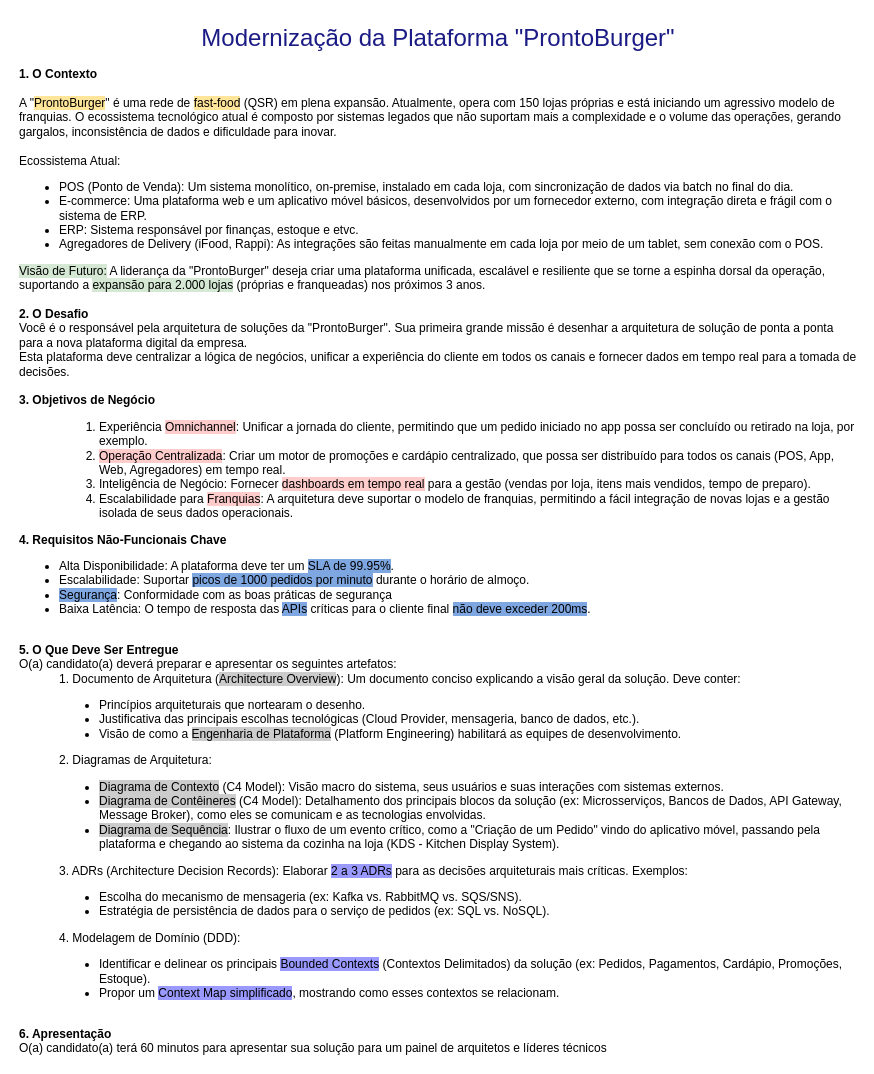
Above: page "PB - Requisitos" (1 of 9) of Final-ProntoBurger.drawio.xml in Rogpe-Prog/PBurger-Case (draw.io), before the change. Source tidied: cells renumbered, new cells numbered last; positions are measured from the earlier drawing's top-left corner, leaving out a move shared by most shapes. Both pictures are drawn from the tidied source at 100%, with x=0, y=0 at pixel (17, 17).
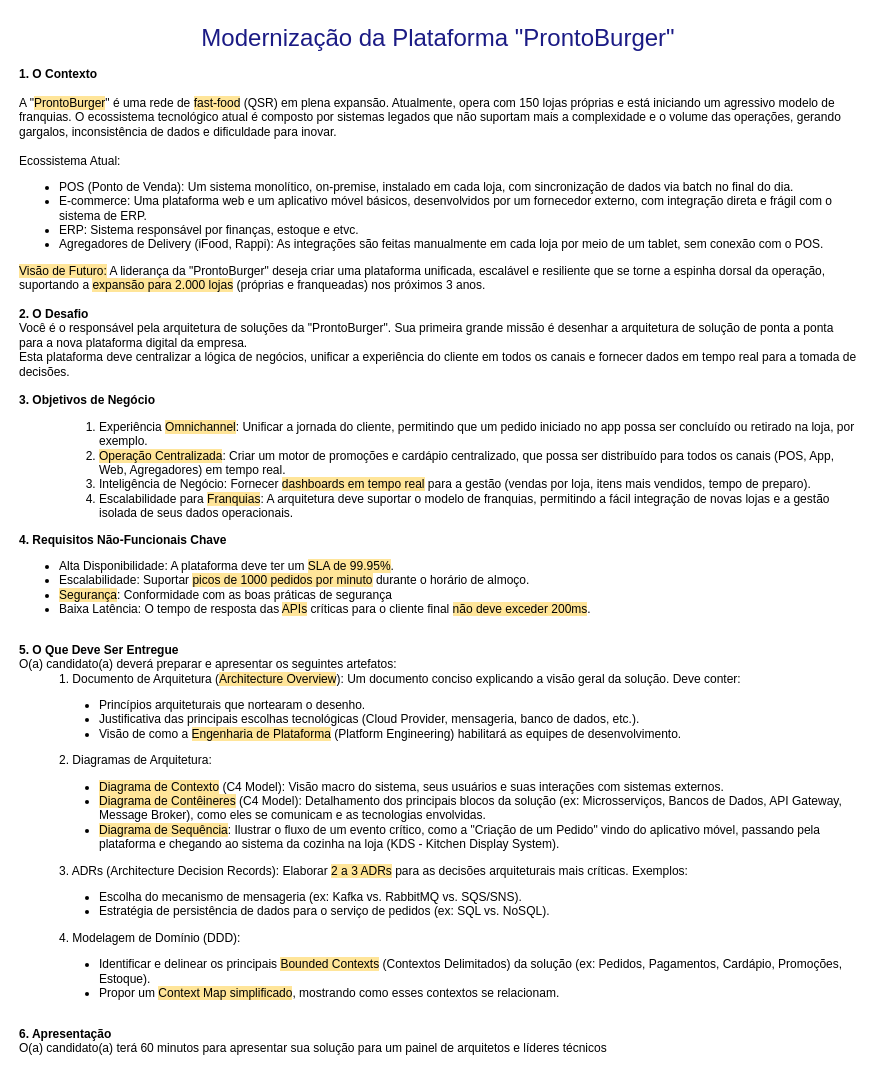
Above is the later version.

The edit, as a diff of the source:
```diff
@@
 <mxGraphModel>
   <root>
     <mxCell id="0" />
     <mxCell id="1" parent="0" />
-    <mxCell id="2" value="&lt;div style=&quot;text-align: center;&quot;&gt;&lt;font color=&quot;#1b1b85&quot; style=&quot;font-size: 24px;&quot;&gt;Modernização da Plataforma &quot;ProntoBurger&quot;&lt;/font&gt;&lt;/div&gt;&lt;div&gt;&lt;br&gt;&lt;/div&gt;&lt;div&gt;&lt;b&gt;1. O Contexto&lt;/b&gt;&lt;/div&gt;&lt;div&gt;&lt;br&gt;&lt;/div&gt;&lt;div&gt;A &quot;&lt;span style=&quot;background-color: rgb(255, 229, 153);&quot;&gt;ProntoBurger&lt;/span&gt;&quot; é uma rede de &lt;span style=&quot;background-color: rgb(255, 229, 153);&quot;&gt;fast-food&lt;/span&gt; (QSR) em plena expansão. Atualmente, opera com 150 lojas próprias e está iniciando um agressivo modelo de franquias. O ecossistema tecnológico atual é composto por sistemas legados que não suportam mais a complexidade e o volume das operações, gerando gargalos, inconsistência de dados e dificuldade para inovar.&lt;/div&gt;&lt;div&gt;&lt;br&gt;&lt;/div&gt;&lt;div&gt;Ecossistema Atual:&lt;/div&gt;&lt;div&gt;&lt;ul&gt;&lt;li&gt;POS (Ponto de Venda): Um sistema monolítico, on-premise, instalado em cada loja, com sincronização de dados via batch no final do dia.&lt;/li&gt;&lt;li&gt;E-commerce: Uma plataforma web e um aplicativo móvel básicos, desenvolvidos por um fornecedor externo, com integração direta e frágil com o sistema de ERP.&lt;/li&gt;&lt;li&gt;ERP: Sistema responsável por finanças, estoque e etvc.&lt;/li&gt;&lt;li&gt;Agregadores de Delivery (iFood, Rappi): As integrações são feitas manualmente em cada loja por meio de um tablet, sem conexão com o POS.&lt;/li&gt;&lt;/ul&gt;&lt;/div&gt;&lt;div&gt;&lt;span style=&quot;background-color: rgb(213, 232, 212);&quot;&gt;Visão de Futuro:&lt;/span&gt; A liderança da &quot;ProntoBurger&quot; deseja criar uma plataforma unificada, escalável e resiliente que se torne a espinha dorsal da operação, suportando a &lt;span style=&quot;background-color: rgb(213, 232, 212);&quot;&gt;expansão para 2.000 lojas&lt;/span&gt; (próprias e franqueadas) nos próximos 3 anos.&lt;/div&gt;&lt;div&gt;&lt;br&gt;&lt;/div&gt;&lt;div&gt;&lt;b&gt;2. O Desafio&lt;/b&gt;&lt;/div&gt;&lt;div&gt;Você é o responsável pela arquitetura de soluções da &quot;ProntoBurger&quot;. Sua primeira grande missão é desenhar a arquitetura de solução de ponta a ponta para a nova plataforma digital da empresa.&lt;/div&gt;&lt;div&gt;Esta plataforma deve centralizar a lógica de negócios, unificar a experiência do cliente em todos os canais e fornecer dados em tempo real para a tomada de decisões.&lt;/div&gt;&lt;div&gt;&lt;br&gt;&lt;/div&gt;&lt;div&gt;&lt;b&gt;3. Objetivos de Negócio&lt;/b&gt;&lt;/div&gt;&lt;blockquote style=&quot;margin: 0 0 0 40px; border: none; padding: 0px;&quot;&gt;&lt;div&gt;&lt;ol&gt;&lt;li&gt;Experiência &lt;span style=&quot;background-color: rgb(255, 204, 204);&quot;&gt;Omnichannel&lt;/span&gt;: Unificar a jornada do cliente, permitindo que um pedido iniciado no app possa ser concluído ou retirado na loja, por exemplo.&lt;/li&gt;&lt;li&gt;&lt;span style=&quot;background-color: rgb(255, 204, 204);&quot;&gt;Operação Centralizada&lt;/span&gt;: Criar um motor de promoções e cardápio centralizado, que possa ser distribuído para todos os canais (POS, App, Web, Agregadores) em tempo real.&lt;/li&gt;&lt;li&gt;Inteligência de Negócio: Fornecer &lt;span style=&quot;background-color: rgb(255, 204, 204);&quot;&gt;dashboards em tempo real&lt;/span&gt; para a gestão (vendas por loja, itens mais vendidos, tempo de preparo).&lt;/li&gt;&lt;li&gt;Escalabilidade para &lt;span style=&quot;background-color: rgb(255, 204, 204);&quot;&gt;Franquias&lt;/span&gt;: A arquitetura deve suportar o modelo de franquias, permitindo a fácil integração de novas lojas e a gestão isolada de seus dados operacionais.&lt;br&gt;&lt;/li&gt;&lt;/ol&gt;&lt;/div&gt;&lt;/blockquote&gt;&lt;div&gt;&lt;b&gt;4. Requisitos Não-Funcionais Chave&lt;/b&gt;&lt;/div&gt;&lt;div&gt;&lt;ul&gt;&lt;li&gt;Alta Disponibilidade: A plataforma deve ter um &lt;span style=&quot;background-color: rgb(126, 166, 224);&quot;&gt;SLA de 99.95%&lt;/span&gt;.&lt;/li&gt;&lt;li&gt;Escalabilidade: Suportar &lt;span style=&quot;background-color: rgb(126, 166, 224);&quot;&gt;picos de 1000 pedidos por minuto&lt;/span&gt; durante o horário de almoço.&lt;/li&gt;&lt;li&gt;&lt;span style=&quot;background-color: rgb(126, 166, 224);&quot;&gt;Segurança&lt;/span&gt;: Conformidade com as boas práticas de segurança&lt;/li&gt;&lt;li&gt;Baixa Latência: O tempo de resposta das &lt;span style=&quot;background-color: rgb(126, 166, 224);&quot;&gt;APIs&lt;/span&gt; críticas para o cliente final &lt;span style=&quot;background-color: rgb(126, 166, 224);&quot;&gt;não deve exceder 200ms&lt;/span&gt;.&lt;/li&gt;&lt;/ul&gt;&lt;/div&gt;&lt;div&gt;&lt;br&gt;&lt;/div&gt;&lt;div&gt;&lt;b&gt;5. O Que Deve Ser Entregue&lt;/b&gt;&lt;/div&gt;&lt;div&gt;O(a) candidato(a) deverá preparar e apresentar os seguintes artefatos:&lt;/div&gt;&lt;blockquote style=&quot;margin: 0 0 0 40px; border: none; padding: 0px;&quot;&gt;&lt;div&gt;1. Documento de Arquitetura (&lt;span style=&quot;background-color: rgb(204, 204, 204);&quot;&gt;Architecture Overview&lt;/span&gt;): Um documento conciso explicando a visão geral da solução. Deve conter:&lt;/div&gt;&lt;div&gt;&lt;ul&gt;&lt;li&gt;Princípios arquiteturais que nortearam o desenho.&lt;/li&gt;&lt;li&gt;Justificativa das principais escolhas tecnológicas (Cloud Provider, mensageria, banco de dados, etc.).&lt;/li&gt;&lt;li&gt;Visão de como a &lt;span style=&quot;background-color: rgb(204, 204, 204);&quot;&gt;Engenharia de Plataforma&lt;/span&gt; (Platform Engineering) habilitará as equipes de desenvolvimento.&lt;/li&gt;&lt;/ul&gt;&lt;/div&gt;&lt;/blockquote&gt;&lt;blockquote style=&quot;margin: 0 0 0 40px; border: none; padding: 0px;&quot;&gt;&lt;div&gt;2. Diagramas de Arquitetura:&lt;/div&gt;&lt;div&gt;&lt;ul&gt;&lt;li&gt;&lt;span style=&quot;background-color: rgb(204, 204, 204);&quot;&gt;Diagrama de Contexto&lt;/span&gt; (C4 Model): Visão macro do sistema, seus usuários e suas interações com sistemas externos.&lt;/li&gt;&lt;li&gt;&lt;span style=&quot;background-color: rgb(204, 204, 204);&quot;&gt;Diagrama de Contêineres&lt;/span&gt; (C4 Model): Detalhamento dos principais blocos da solução (ex: Microsserviços, Bancos de Dados, API Gateway, Message Broker), como eles se comunicam e as tecnologias envolvidas.&lt;/li&gt;&lt;li&gt;&lt;span style=&quot;background-color: rgb(204, 204, 204);&quot;&gt;Diagrama de Sequência&lt;/span&gt;: Ilustrar o fluxo de um evento crítico, como a &quot;Criação de um Pedido&quot; vindo do aplicativo móvel, passando pela plataforma e chegando ao sistema da cozinha na loja (KDS - Kitchen Display System).&lt;/li&gt;&lt;/ul&gt;&lt;/div&gt;&lt;/blockquote&gt;&lt;blockquote style=&quot;margin: 0 0 0 40px; border: none; padding: 0px;&quot;&gt;&lt;div&gt;3. ADRs (Architecture Decision Records): Elaborar &lt;span style=&quot;background-color: rgb(153, 153, 255);&quot;&gt;2 a 3 ADRs&lt;/span&gt; para as decisões arquiteturais mais críticas. Exemplos:&lt;/div&gt;&lt;div&gt;&lt;ul&gt;&lt;li&gt;Escolha do mecanismo de mensageria (ex: Kafka vs. RabbitMQ vs. SQS/SNS).&lt;/li&gt;&lt;li&gt;Estratégia de persistência de dados para o serviço de pedidos (ex: SQL vs. NoSQL).&lt;/li&gt;&lt;/ul&gt;&lt;/div&gt;&lt;/blockquote&gt;&lt;blockquote style=&quot;margin: 0 0 0 40px; border: none; padding: 0px;&quot;&gt;&lt;div&gt;4. Modelagem de Domínio (DDD):&lt;/div&gt;&lt;/blockquote&gt;&lt;blockquote style=&quot;margin: 0 0 0 40px; border: none; padding: 0px;&quot;&gt;&lt;ul&gt;&lt;li&gt;Identificar e delinear os principais &lt;span style=&quot;background-color: rgb(153, 153, 255);&quot;&gt;Bounded Contexts&lt;/span&gt; (Contextos Delimitados) da solução (ex: Pedidos, Pagamentos, Cardápio, Promoções, Estoque).&lt;/li&gt;&lt;li&gt;Propor um &lt;span style=&quot;background-color: rgb(153, 153, 255);&quot;&gt;Context Map simplificado&lt;/span&gt;, mostrando como esses contextos se relacionam.&lt;/li&gt;&lt;/ul&gt;&lt;/blockquote&gt;&lt;div&gt;&lt;br&gt;&lt;/div&gt;&lt;div&gt;&lt;b&gt;6. Apresentação&lt;/b&gt;&lt;/div&gt;&lt;div&gt;O(a) candidato(a) terá 60 minutos para apresentar sua solução para um painel de arquitetos e líderes técnicos&lt;/div&gt;" style="text;html=1;align=left;verticalAlign=top;whiteSpace=wrap;rounded=0;labelBackgroundColor=default;" parent="1" vertex="1">
+    <mxCell id="2" value="&lt;div style=&quot;text-align: center;&quot;&gt;&lt;font color=&quot;#1b1b85&quot; style=&quot;font-size: 24px;&quot;&gt;Modernização da Plataforma &quot;ProntoBurger&quot;&lt;/font&gt;&lt;/div&gt;&lt;div&gt;&lt;br&gt;&lt;/div&gt;&lt;div&gt;&lt;b&gt;1. O Contexto&lt;/b&gt;&lt;/div&gt;&lt;div&gt;&lt;br&gt;&lt;/div&gt;&lt;div&gt;A &quot;&lt;span style=&quot;background-color: rgb(255, 229, 153);&quot;&gt;ProntoBurger&lt;/span&gt;&quot; é uma rede de &lt;span style=&quot;background-color: rgb(255, 229, 153);&quot;&gt;fast-food&lt;/span&gt; (QSR) em plena expansão. Atualmente, opera com 150 lojas próprias e está iniciando um agressivo modelo de franquias. O ecossistema tecnológico atual é composto por sistemas legados que não suportam mais a complexidade e o volume das operações, gerando gargalos, inconsistência de dados e dificuldade para inovar.&lt;/div&gt;&lt;div&gt;&lt;br&gt;&lt;/div&gt;&lt;div&gt;Ecossistema Atual:&lt;/div&gt;&lt;div&gt;&lt;ul&gt;&lt;li&gt;POS (Ponto de Venda): Um sistema monolítico, on-premise, instalado em cada loja, com sincronização de dados via batch no final do dia.&lt;/li&gt;&lt;li&gt;E-commerce: Uma plataforma web e um aplicativo móvel básicos, desenvolvidos por um fornecedor externo, com integração direta e frágil com o sistema de ERP.&lt;/li&gt;&lt;li&gt;ERP: Sistema responsável por finanças, estoque e etvc.&lt;/li&gt;&lt;li&gt;Agregadores de Delivery (iFood, Rappi): As integrações são feitas manualmente em cada loja por meio de um tablet, sem conexão com o POS.&lt;/li&gt;&lt;/ul&gt;&lt;/div&gt;&lt;div&gt;&lt;span style=&quot;background-color: rgb(255, 229, 153);&quot;&gt;Visão de Futuro:&lt;/span&gt; A liderança da &quot;ProntoBurger&quot; deseja criar uma plataforma unificada, escalável e resiliente que se torne a espinha dorsal da operação, suportando a &lt;span style=&quot;background-color: rgb(255, 229, 153);&quot;&gt;expansão para 2.000 lojas&lt;/span&gt; (próprias e franqueadas) nos próximos 3 anos.&lt;/div&gt;&lt;div&gt;&lt;br&gt;&lt;/div&gt;&lt;div&gt;&lt;b&gt;2. O Desafio&lt;/b&gt;&lt;/div&gt;&lt;div&gt;Você é o responsável pela arquitetura de soluções da &quot;ProntoBurger&quot;. Sua primeira grande missão é desenhar a arquitetura de solução de ponta a ponta para a nova plataforma digital da empresa.&lt;/div&gt;&lt;div&gt;Esta plataforma deve centralizar a lógica de negócios, unificar a experiência do cliente em todos os canais e fornecer dados em tempo real para a tomada de decisões.&lt;/div&gt;&lt;div&gt;&lt;br&gt;&lt;/div&gt;&lt;div&gt;&lt;b&gt;3. Objetivos de Negócio&lt;/b&gt;&lt;/div&gt;&lt;blockquote style=&quot;margin: 0 0 0 40px; border: none; padding: 0px;&quot;&gt;&lt;div&gt;&lt;ol&gt;&lt;li&gt;Experiência &lt;span style=&quot;background-color: rgb(255, 229, 153);&quot;&gt;Omnichannel&lt;/span&gt;: Unificar a jornada do cliente, permitindo que um pedido iniciado no app possa ser concluído ou retirado na loja, por exemplo.&lt;/li&gt;&lt;li&gt;&lt;span style=&quot;background-color: rgb(255, 229, 153);&quot;&gt;Operação Centralizada&lt;/span&gt;: Criar um motor de promoções e cardápio centralizado, que possa ser distribuído para todos os canais (POS, App, Web, Agregadores) em tempo real.&lt;/li&gt;&lt;li&gt;Inteligência de Negócio: Fornecer &lt;span style=&quot;background-color: rgb(255, 229, 153);&quot;&gt;dashboards em tempo real&lt;/span&gt; para a gestão (vendas por loja, itens mais vendidos, tempo de preparo).&lt;/li&gt;&lt;li&gt;Escalabilidade para &lt;span style=&quot;background-color: rgb(255, 229, 153);&quot;&gt;Franquias&lt;/span&gt;: A arquitetura deve suportar o modelo de franquias, permitindo a fácil integração de novas lojas e a gestão isolada de seus dados operacionais.&lt;br&gt;&lt;/li&gt;&lt;/ol&gt;&lt;/div&gt;&lt;/blockquote&gt;&lt;div&gt;&lt;b&gt;4. Requisitos Não-Funcionais Chave&lt;/b&gt;&lt;/div&gt;&lt;div&gt;&lt;ul&gt;&lt;li&gt;Alta Disponibilidade: A plataforma deve ter um &lt;span style=&quot;background-color: rgb(255, 229, 153);&quot;&gt;SLA de 99.95%&lt;/span&gt;.&lt;/li&gt;&lt;li&gt;Escalabilidade: Suportar &lt;span style=&quot;background-color: rgb(255, 229, 153);&quot;&gt;picos de 1000 pedidos por minuto&lt;/span&gt; durante o horário de almoço.&lt;/li&gt;&lt;li&gt;&lt;span style=&quot;background-color: rgb(255, 229, 153);&quot;&gt;Segurança&lt;/span&gt;: Conformidade com as boas práticas de segurança&lt;/li&gt;&lt;li&gt;Baixa Latência: O tempo de resposta das &lt;span style=&quot;background-color: rgb(255, 229, 153);&quot;&gt;APIs&lt;/span&gt; críticas para o cliente final &lt;span style=&quot;background-color: rgb(255, 229, 153);&quot;&gt;não deve exceder 200ms&lt;/span&gt;.&lt;/li&gt;&lt;/ul&gt;&lt;/div&gt;&lt;div&gt;&lt;br&gt;&lt;/div&gt;&lt;div&gt;&lt;b&gt;5. O Que Deve Ser Entregue&lt;/b&gt;&lt;/div&gt;&lt;div&gt;O(a) candidato(a) deverá preparar e apresentar os seguintes artefatos:&lt;/div&gt;&lt;blockquote style=&quot;margin: 0 0 0 40px; border: none; padding: 0px;&quot;&gt;&lt;div&gt;1. Documento de Arquitetura (&lt;span style=&quot;background-color: rgb(255, 229, 153);&quot;&gt;Architecture Overview&lt;/span&gt;): Um documento conciso explicando a visão geral da solução. Deve conter:&lt;/div&gt;&lt;div&gt;&lt;ul&gt;&lt;li&gt;Princípios arquiteturais que nortearam o desenho.&lt;/li&gt;&lt;li&gt;Justificativa das principais escolhas tecnológicas (Cloud Provider, mensageria, banco de dados, etc.).&lt;/li&gt;&lt;li&gt;Visão de como a &lt;span style=&quot;background-color: rgb(255, 229, 153);&quot;&gt;Engenharia de Plataforma&lt;/span&gt; (Platform Engineering) habilitará as equipes de desenvolvimento.&lt;/li&gt;&lt;/ul&gt;&lt;/div&gt;&lt;/blockquote&gt;&lt;blockquote style=&quot;margin: 0 0 0 40px; border: none; padding: 0px;&quot;&gt;&lt;div&gt;2. Diagramas de Arquitetura:&lt;/div&gt;&lt;div&gt;&lt;ul&gt;&lt;li&gt;&lt;span style=&quot;background-color: rgb(255, 229, 153);&quot;&gt;Diagrama de Contexto&lt;/span&gt; (C4 Model): Visão macro do sistema, seus usuários e suas interações com sistemas externos.&lt;/li&gt;&lt;li&gt;&lt;span style=&quot;background-color: rgb(255, 229, 153);&quot;&gt;Diagrama de Contêineres&lt;/span&gt; (C4 Model): Detalhamento dos principais blocos da solução (ex: Microsserviços, Bancos de Dados, API Gateway, Message Broker), como eles se comunicam e as tecnologias envolvidas.&lt;/li&gt;&lt;li&gt;&lt;span style=&quot;background-color: rgb(255, 229, 153);&quot;&gt;Diagrama de Sequência&lt;/span&gt;: Ilustrar o fluxo de um evento crítico, como a &quot;Criação de um Pedido&quot; vindo do aplicativo móvel, passando pela plataforma e chegando ao sistema da cozinha na loja (KDS - Kitchen Display System).&lt;/li&gt;&lt;/ul&gt;&lt;/div&gt;&lt;/blockquote&gt;&lt;blockquote style=&quot;margin: 0 0 0 40px; border: none; padding: 0px;&quot;&gt;&lt;div&gt;3. ADRs (Architecture Decision Records): Elaborar &lt;span style=&quot;background-color: rgb(255, 229, 153);&quot;&gt;2 a 3 ADRs&lt;/span&gt; para as decisões arquiteturais mais críticas. Exemplos:&lt;/div&gt;&lt;div&gt;&lt;ul&gt;&lt;li&gt;Escolha do mecanismo de mensageria (ex: Kafka vs. RabbitMQ vs. SQS/SNS).&lt;/li&gt;&lt;li&gt;Estratégia de persistência de dados para o serviço de pedidos (ex: SQL vs. NoSQL).&lt;/li&gt;&lt;/ul&gt;&lt;/div&gt;&lt;/blockquote&gt;&lt;blockquote style=&quot;margin: 0 0 0 40px; border: none; padding: 0px;&quot;&gt;&lt;div&gt;4. Modelagem de Domínio (DDD):&lt;/div&gt;&lt;/blockquote&gt;&lt;blockquote style=&quot;margin: 0 0 0 40px; border: none; padding: 0px;&quot;&gt;&lt;ul&gt;&lt;li&gt;Identificar e delinear os principais &lt;span style=&quot;background-color: rgb(255, 229, 153);&quot;&gt;Bounded Contexts&lt;/span&gt; (Contextos Delimitados) da solução (ex: Pedidos, Pagamentos, Cardápio, Promoções, Estoque).&lt;/li&gt;&lt;li&gt;Propor um &lt;span style=&quot;background-color: rgb(255, 229, 153);&quot;&gt;Context Map simplificado&lt;/span&gt;, mostrando como esses contextos se relacionam.&lt;/li&gt;&lt;/ul&gt;&lt;/blockquote&gt;&lt;div&gt;&lt;br&gt;&lt;/div&gt;&lt;div&gt;&lt;b&gt;6. Apresentação&lt;/b&gt;&lt;/div&gt;&lt;div&gt;O(a) candidato(a) terá 60 minutos para apresentar sua solução para um painel de arquitetos e líderes técnicos&lt;/div&gt;" style="text;html=1;align=left;verticalAlign=top;whiteSpace=wrap;rounded=0;labelBackgroundColor=default;" parent="1" vertex="1">
       <mxGeometry width="840" height="1040" as="geometry" />
     </mxCell>
   </root>
 </mxGraphModel>
```
